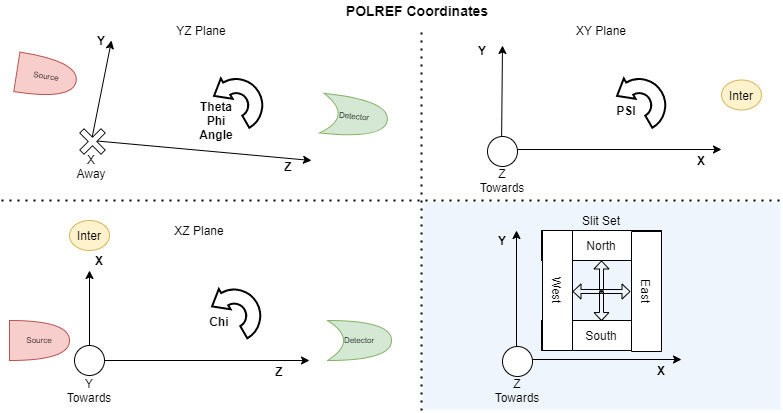
ISISComputingGroup/ibex_developers_manual keeps this draw.io diagram as reflectometers/AxesOnPolref.png. Above is the earlier version. Source tidied: cells renumbered, new cells last; positions are measured from the earlier drawing's top-left corner, leaving out a move shared by most shapes.
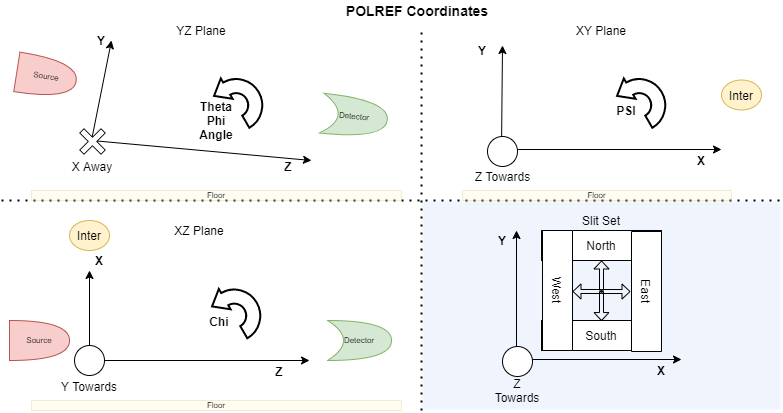
After the commit.

Change to the diagram source:
```diff
@@ -97,13 +97,13 @@
       <mxGeometry x="76" y="126" width="30" height="30" as="geometry" />
     </mxCell>
     <mxCell id="28" value="X Away" style="text;html=1;strokeColor=none;fillColor=none;align=center;verticalAlign=middle;whiteSpace=wrap;rounded=0;" parent="1" vertex="1">
-      <mxGeometry x="70" y="156" width="40" height="20" as="geometry" />
+      <mxGeometry x="66" y="156" width="50" height="20" as="geometry" />
     </mxCell>
     <mxCell id="29" value="Z Towards" style="text;html=1;strokeColor=none;fillColor=none;align=center;verticalAlign=middle;whiteSpace=wrap;rounded=0;" parent="1" vertex="1">
-      <mxGeometry x="481" y="170" width="40" height="20" as="geometry" />
+      <mxGeometry x="471.5" y="166" width="59" height="20" as="geometry" />
     </mxCell>
     <mxCell id="30" value="Y Towards" style="text;html=1;strokeColor=none;fillColor=none;align=center;verticalAlign=middle;whiteSpace=wrap;rounded=0;" parent="1" vertex="1">
-      <mxGeometry x="68" y="380" width="40" height="20" as="geometry" />
+      <mxGeometry x="57" y="376" width="62" height="20" as="geometry" />
     </mxCell>
     <mxCell id="31" value="Inter" style="ellipse;whiteSpace=wrap;html=1;fillColor=#fff2cc;strokeColor=#d6b656;" parent="1" vertex="1">
       <mxGeometry x="68" y="220" width="40" height="30" as="geometry" />
@@ -196,5 +196,14 @@
     <mxCell id="53" value="POLREF Coordinates" style="text;html=1;strokeColor=none;fillColor=none;align=center;verticalAlign=middle;whiteSpace=wrap;rounded=0;fontStyle=1;fontSize=14;" parent="1" vertex="1">
       <mxGeometry x="331" width="170" height="20" as="geometry" />
     </mxCell>
+    <mxCell id="54" value="Floor" style="rounded=0;whiteSpace=wrap;html=1;glass=0;fontSize=8;opacity=25;fillColor=#fff2cc;strokeColor=#d6b656;" parent="1" vertex="1">
+      <mxGeometry x="30" y="400" width="370" height="10" as="geometry" />
+    </mxCell>
+    <mxCell id="55" value="Floor" style="rounded=0;whiteSpace=wrap;html=1;glass=0;fontSize=8;opacity=25;fillColor=#fff2cc;strokeColor=#d6b656;" parent="1" vertex="1">
+      <mxGeometry x="30" y="190" width="370" height="10" as="geometry" />
+    </mxCell>
+    <mxCell id="56" value="Floor" style="rounded=0;whiteSpace=wrap;html=1;glass=0;fontSize=8;opacity=25;fillColor=#fff2cc;strokeColor=#d6b656;" parent="1" vertex="1">
+      <mxGeometry x="461" y="190" width="269" height="10" as="geometry" />
+    </mxCell>
   </root>
 </mxGraphModel>
```
